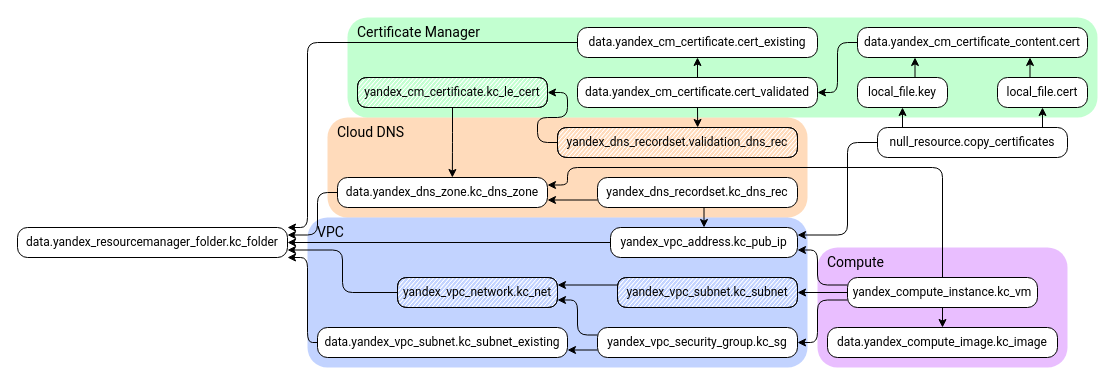
The draw.io diagram page "deploy" (2 of 3) of imgs/diagrams.drawio in maqmm/yc-coivm-federation, before the edit. Source tidied: cells renumbered, new cells numbered last; positions are measured from the earlier drawing's top-left corner, leaving out a move shared by most shapes. Both pictures are drawn from the tidied source at 100%, with x=0, y=0 at pixel (17, 17).
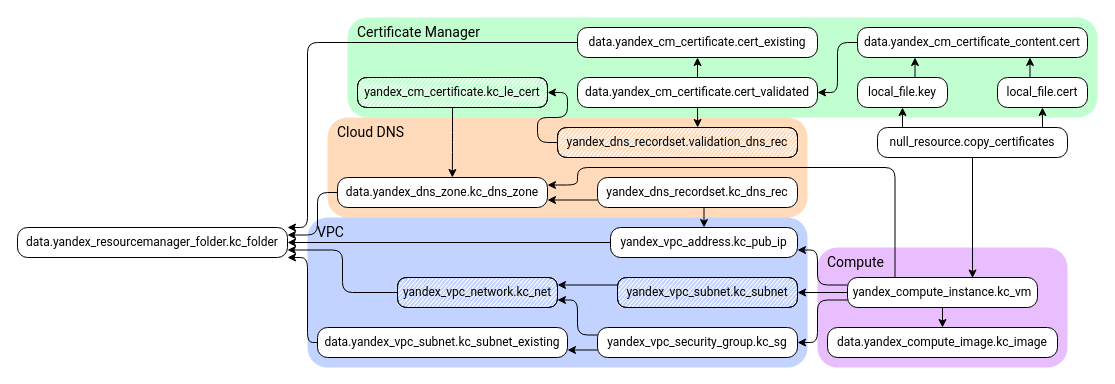
The same page after the edit.

Commit message (it also covers changes not shown here):
update dependency graph

Unchanged cells that the change refers to:
```xml
<mxCell id="22" value="&lt;font face=&quot;Roboto&quot;&gt;yandex_compute_instance.kc_vm&lt;/font&gt;" style="rounded=1;whiteSpace=wrap;html=1;absoluteArcSize=1;arcSize=20;" parent="1" vertex="1">
  <mxGeometry x="830" y="260" width="190" height="30" as="geometry" />
</mxCell>
<mxCell id="24" value="&lt;font face=&quot;Roboto&quot;&gt;yandex_vpc_address.kc_pub_ip&lt;/font&gt;" style="rounded=1;whiteSpace=wrap;html=1;absoluteArcSize=1;arcSize=20;" parent="1" vertex="1">
  <mxGeometry x="593" y="210" width="187" height="30" as="geometry" />
</mxCell>
<mxCell id="26" value="&lt;font face=&quot;Roboto&quot;&gt;data.yandex_dns_zone.kc_dns_zone&lt;/font&gt;" style="rounded=1;whiteSpace=wrap;html=1;absoluteArcSize=1;arcSize=20;" parent="1" vertex="1">
  <mxGeometry x="320" y="160" width="210" height="30" as="geometry" />
</mxCell>
<mxCell id="33" value="&lt;font face=&quot;Roboto&quot;&gt;null_resource.copy_certificates&lt;/font&gt;" style="rounded=1;whiteSpace=wrap;html=1;absoluteArcSize=1;arcSize=20;" parent="1" vertex="1">
  <mxGeometry x="860" y="110" width="190" height="30" as="geometry" />
</mxCell>
```

The edit, as a diff of the source:
```diff
@@
+    <mxCell id="21" style="edgeStyle=orthogonalEdgeStyle;rounded=1;jettySize=auto;html=1;exitX=0;exitY=0.25;exitDx=0;exitDy=0;entryX=1;entryY=0.75;entryDx=0;entryDy=0;curved=0;" parent="1" edge="1" source="22" target="24">
+      <mxGeometry relative="1" as="geometry">
+        <Array as="points">
+          <mxPoint x="800" y="268" />
+          <mxPoint x="800" y="233" />
+        </Array>
+      </mxGeometry>
+    </mxCell>
-    <mxCell id="20" style="edgeStyle=orthogonalEdgeStyle;rounded=1;jettySize=auto;html=1;exitX=0.5;exitY=0;exitDx=0;exitDy=0;entryX=1;entryY=0.25;entryDx=0;entryDy=0;curved=0;" parent="1" edge="1" source="22" target="26">
+    <mxCell id="20" style="edgeStyle=orthogonalEdgeStyle;rounded=1;jettySize=auto;html=1;exitX=0.25;exitY=0;exitDx=0;exitDy=0;entryX=1;entryY=0.25;entryDx=0;entryDy=0;curved=0;" parent="1" edge="1" source="22" target="26">
       <mxGeometry relative="1" as="geometry">
         <Array as="points">
-          <mxPoint x="925" y="150" />
-          <mxPoint x="550" y="150" />
-          <mxPoint x="550" y="168" />
+          <mxPoint x="878" y="150" />
+          <mxPoint x="560" y="150" />
+          <mxPoint x="560" y="168" />
         </Array>
       </mxGeometry>
     </mxCell>
-    <mxCell id="21" style="edgeStyle=orthogonalEdgeStyle;rounded=1;jettySize=auto;html=1;exitX=0;exitY=0.25;exitDx=0;exitDy=0;entryX=1;entryY=0.75;entryDx=0;entryDy=0;curved=0;" parent="1" edge="1" source="22" target="24">
-      <mxGeometry relative="1" as="geometry">
-        <Array as="points">
-          <mxPoint x="800" y="268" />
-          <mxPoint x="800" y="233" />
-        </Array>
-      </mxGeometry>
-    </mxCell>
@@
-    <mxCell id="32" style="edgeStyle=orthogonalEdgeStyle;rounded=1;jettySize=auto;html=1;exitX=0;exitY=0.5;exitDx=0;exitDy=0;entryX=1;entryY=0.25;entryDx=0;entryDy=0;curved=0;" parent="1" edge="1" source="33" target="24">
-      <mxGeometry relative="1" as="geometry">
-        <Array as="points">
-          <mxPoint x="830" y="125" />
-          <mxPoint x="830" y="218" />
-          <mxPoint x="780" y="218" />
-        </Array>
-      </mxGeometry>
-    </mxCell>
@@
+    <mxCell id="53" style="edgeStyle=orthogonalEdgeStyle;rounded=1;jettySize=auto;html=1;exitX=0.5;exitY=1;exitDx=0;exitDy=0;entryX=0.658;entryY=0.017;entryDx=0;entryDy=0;entryPerimeter=0;curved=0;" parent="1" edge="1" source="33" target="22">
+      <mxGeometry relative="1" as="geometry" />
+    </mxCell>
```
